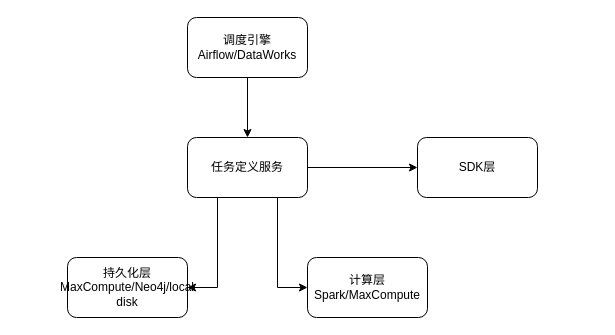
The draw.io diagram page "架构" (1 of 2) of 智图/智图架构.drawio in XiaoLiuAI/diagrams, before the edit. Source tidied: cells renumbered, new cells numbered last; positions are measured from the earlier drawing's top-left corner, leaving out a move shared by most shapes. Both pictures are drawn from the tidied source at 100%, with x=0, y=0 at pixel (67, 17).
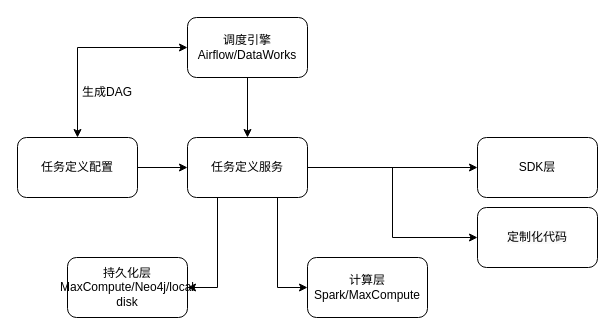
The same diagram, later.

Commit message (it also covers changes not shown here):
更新智图架构.drawio

What changed in the source:
```diff
@@
 <mxGraphModel>
   <root>
     <mxCell id="0" />
     <mxCell id="1" parent="0" />
     <mxCell id="2" style="edgeStyle=orthogonalEdgeStyle;rounded=0;jettySize=auto;html=1;exitX=0.5;exitY=1;exitDx=0;exitDy=0;" parent="1" edge="1" source="3" target="7">
       <mxGeometry relative="1" as="geometry" />
     </mxCell>
     <mxCell id="3" value="调度引擎&lt;br&gt;Airflow/DataWorks" style="rounded=1;whiteSpace=wrap;html=1;" parent="1" vertex="1">
       <mxGeometry x="120" width="120" height="60" as="geometry" />
     </mxCell>
     <mxCell id="4" style="edgeStyle=orthogonalEdgeStyle;rounded=0;jettySize=auto;html=1;exitX=1;exitY=0.5;exitDx=0;exitDy=0;entryX=0;entryY=0.5;entryDx=0;entryDy=0;" parent="1" edge="1" source="7" target="8">
       <mxGeometry relative="1" as="geometry" />
     </mxCell>
     <mxCell id="5" style="edgeStyle=orthogonalEdgeStyle;rounded=0;jettySize=auto;html=1;exitX=0.75;exitY=1;exitDx=0;exitDy=0;entryX=0;entryY=0.5;entryDx=0;entryDy=0;" parent="1" edge="1" source="7" target="10">
       <mxGeometry relative="1" as="geometry" />
     </mxCell>
     <mxCell id="6" style="edgeStyle=orthogonalEdgeStyle;rounded=0;jettySize=auto;html=1;exitX=0.25;exitY=1;exitDx=0;exitDy=0;entryX=1;entryY=0.5;entryDx=0;entryDy=0;" parent="1" edge="1" source="7" target="9">
       <mxGeometry relative="1" as="geometry" />
     </mxCell>
+    <mxCell id="11" style="edgeStyle=orthogonalEdgeStyle;rounded=0;jettySize=auto;html=1;exitX=1;exitY=0.5;exitDx=0;exitDy=0;entryX=0;entryY=0.5;entryDx=0;entryDy=0;" parent="1" edge="1" source="7" target="16">
+      <mxGeometry relative="1" as="geometry" />
+    </mxCell>
     <mxCell id="7" value="任务定义服务" style="rounded=1;whiteSpace=wrap;html=1;" parent="1" vertex="1">
       <mxGeometry x="120" y="120" width="120" height="60" as="geometry" />
     </mxCell>
     <mxCell id="8" value="SDK层" style="rounded=1;whiteSpace=wrap;html=1;" parent="1" vertex="1">
-      <mxGeometry x="350" y="120" width="120" height="60" as="geometry" />
+      <mxGeometry x="410" y="120" width="120" height="60" as="geometry" />
     </mxCell>
     <mxCell id="9" value="持久化层&lt;br&gt;MaxCompute/Neo4j/local disk" style="rounded=1;whiteSpace=wrap;html=1;" parent="1" vertex="1">
       <mxGeometry y="240" width="120" height="60" as="geometry" />
     </mxCell>
     <mxCell id="10" value="计算层&lt;br&gt;Spark/MaxCompute" style="rounded=1;whiteSpace=wrap;html=1;" parent="1" vertex="1">
       <mxGeometry x="240" y="240" width="120" height="60" as="geometry" />
     </mxCell>
+    <mxCell id="12" value="生成DAG" style="text;html=1;strokeColor=none;fillColor=none;align=center;verticalAlign=middle;whiteSpace=wrap;rounded=0;" parent="1" vertex="1">
+      <mxGeometry x="10" y="60" width="60" height="30" as="geometry" />
+    </mxCell>
+    <mxCell id="13" style="edgeStyle=orthogonalEdgeStyle;rounded=0;jettySize=auto;html=1;exitX=1;exitY=0.5;exitDx=0;exitDy=0;entryX=0;entryY=0.5;entryDx=0;entryDy=0;" parent="1" edge="1" source="15" target="7">
+      <mxGeometry relative="1" as="geometry" />
+    </mxCell>
+    <mxCell id="14" style="edgeStyle=orthogonalEdgeStyle;rounded=0;jettySize=auto;html=1;exitX=0.5;exitY=0;exitDx=0;exitDy=0;entryX=0;entryY=0.5;entryDx=0;entryDy=0;startArrow=classic;startFill=1;" parent="1" edge="1" source="15" target="3">
+      <mxGeometry relative="1" as="geometry" />
+    </mxCell>
+    <mxCell id="15" value="任务定义配置" style="rounded=1;whiteSpace=wrap;html=1;" parent="1" vertex="1">
+      <mxGeometry x="-50" y="120" width="120" height="60" as="geometry" />
+    </mxCell>
+    <mxCell id="16" value="&lt;span style=&quot;color: rgb(0, 0, 0); font-family: Helvetica; font-size: 12px; font-style: normal; font-variant-ligatures: normal; font-variant-caps: normal; font-weight: 400; letter-spacing: normal; orphans: 2; text-align: center; text-indent: 0px; text-transform: none; widows: 2; word-spacing: 0px; -webkit-text-stroke-width: 0px; background-color: rgb(251, 251, 251); text-decoration-thickness: initial; text-decoration-style: initial; text-decoration-color: initial; float: none; display: inline !important;&quot;&gt;定制化代码&lt;/span&gt;" style="rounded=1;whiteSpace=wrap;html=1;" parent="1" vertex="1">
+      <mxGeometry x="410" y="190" width="120" height="60" as="geometry" />
+    </mxCell>
   </root>
 </mxGraphModel>
```
